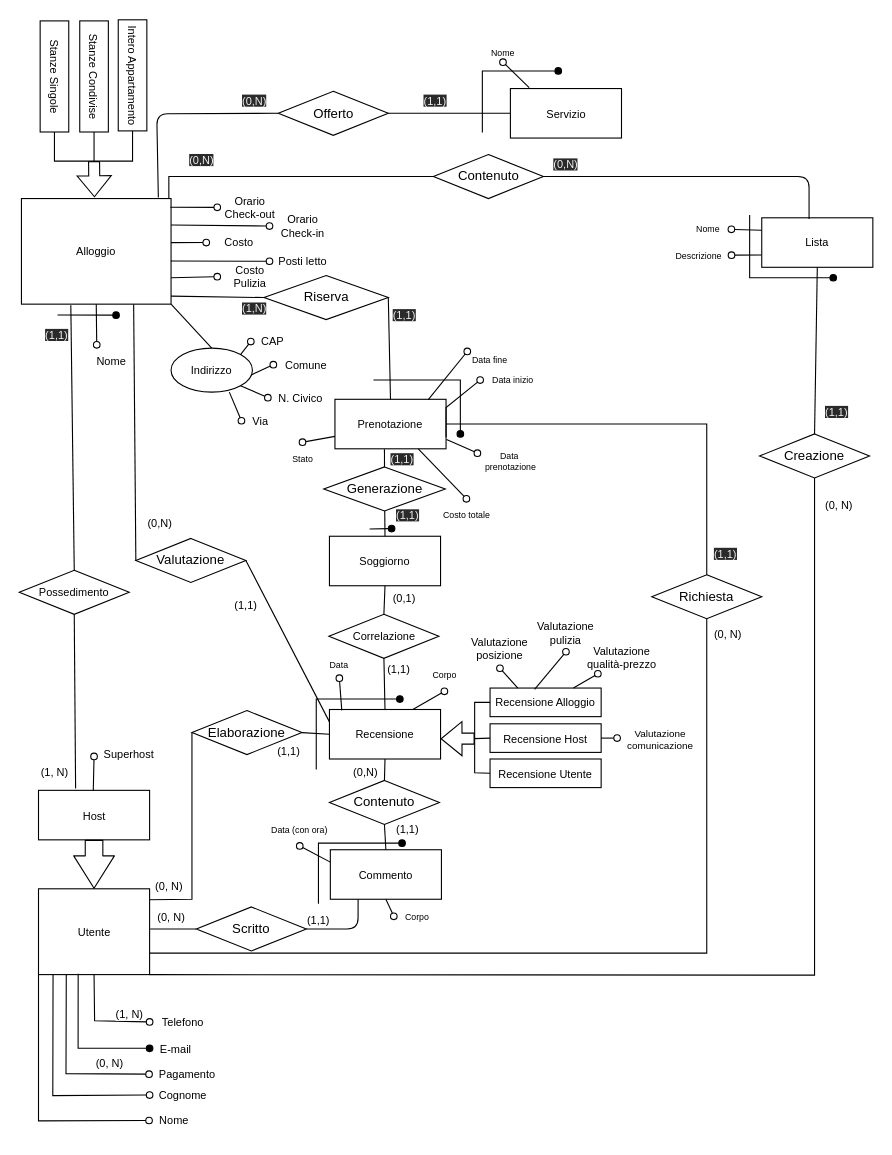
Above: page "Page-3" (3 of 16) of ER.drawio in eduardz1/Home-Booking (draw.io), before the change. Source tidied: cells renumbered, new cells numbered last; positions are measured from the earlier drawing's top-left corner, leaving out a move shared by most shapes. Both pictures are drawn from the tidied source at 110%, with x=0, y=0 at pixel (-2, 44).
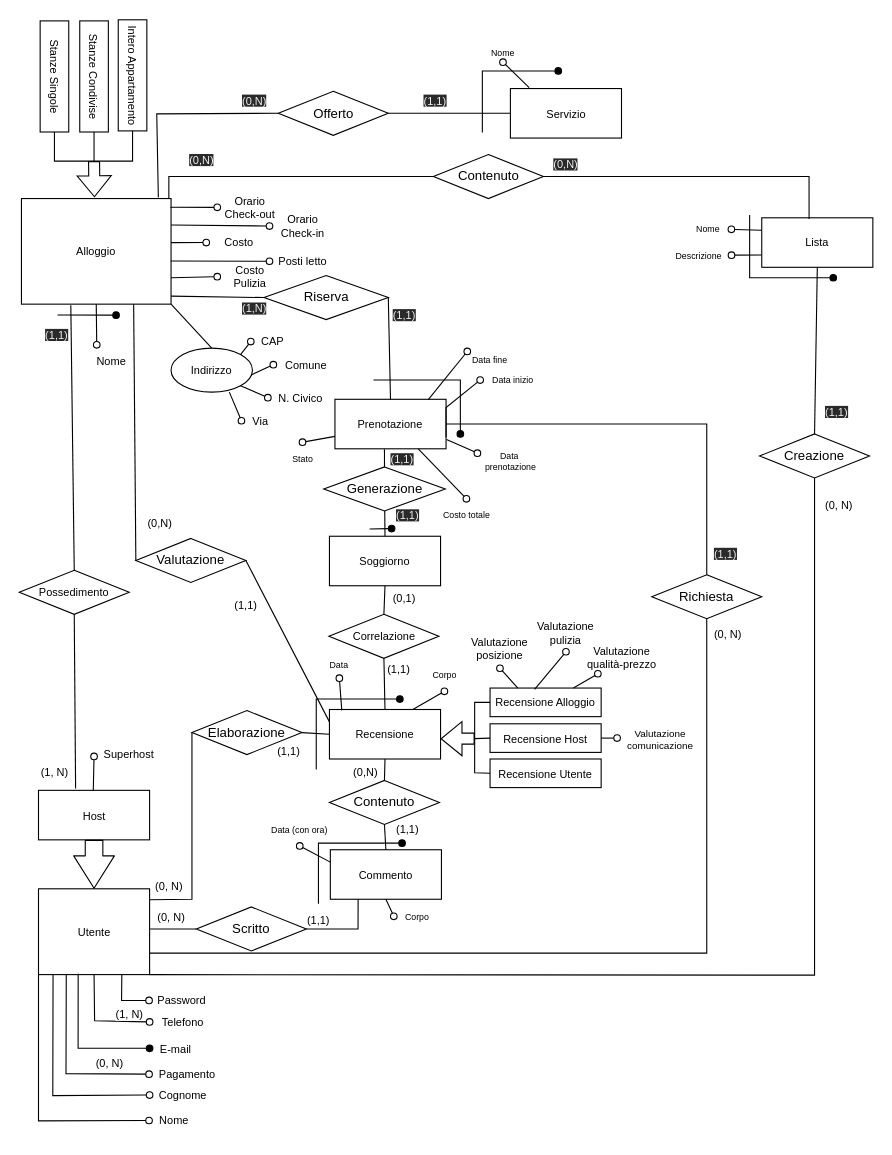
The same diagram, later.

The change refers to these unchanged cells:
```xml
<mxCell id="3" value="&lt;font style=&quot;font-size: 10px;&quot;&gt;Alloggio&lt;/font&gt;" style="rounded=0;whiteSpace=wrap;html=1;fontSize=10;" parent="1" vertex="1">
  <mxGeometry x="21" y="140" width="136" height="96" as="geometry" />
</mxCell>
<mxCell id="34" value="&lt;font style=&quot;font-size: 10px;&quot;&gt;Utente&lt;/font&gt;" style="rounded=0;whiteSpace=wrap;html=1;fontSize=10;" parent="1" vertex="1">
  <mxGeometry x="36.5" y="767.5" width="101" height="78" as="geometry" />
</mxCell>
<mxCell id="84" value="&lt;font style=&quot;font-size: 10px&quot;&gt;Commento&lt;/font&gt;" style="rounded=0;whiteSpace=wrap;html=1;fontSize=10;" parent="1" vertex="1">
  <mxGeometry x="301.8" y="732" width="101" height="45" as="geometry" />
</mxCell>
<mxCell id="89" value="Lista" style="rounded=0;whiteSpace=wrap;html=1;fontSize=10;" parent="1" vertex="1">
  <mxGeometry x="694" y="157.5" width="101" height="45" as="geometry" />
</mxCell>
<mxCell id="92" value="Contenuto" style="rhombus;whiteSpace=wrap;html=1;" parent="1" vertex="1">
  <mxGeometry x="395.5" y="100" width="100" height="40" as="geometry" />
</mxCell>
<mxCell id="97" value="Scritto" style="rhombus;whiteSpace=wrap;html=1;" parent="1" vertex="1">
  <mxGeometry x="180" y="784" width="100" height="40" as="geometry" />
</mxCell>
<mxCell id="145" value="Offerto" style="rhombus;whiteSpace=wrap;html=1;" parent="1" vertex="1">
  <mxGeometry x="254.5" y="42.5" width="100" height="40" as="geometry" />
</mxCell>
```

The edit, as a diff of the source:
```diff
@@
-    <mxCell id="96" style="endArrow=none;html=1;entryX=0.426;entryY=0.026;entryDx=0;entryDy=0;exitX=1;exitY=0.5;exitDx=0;exitDy=0;entryPerimeter=0;" parent="1" edge="1" source="92" target="89">
+    <mxCell id="96" style="endArrow=none;html=1;entryX=0.426;entryY=0.026;entryDx=0;entryDy=0;exitX=1;exitY=0.5;exitDx=0;exitDy=0;entryPerimeter=0;rounded=0;" parent="1" edge="1" source="92" target="89">
       <mxGeometry relative="1" as="geometry">
         <Array as="points">
           <mxPoint x="737" y="120" />
         </Array>
       </mxGeometry>
     </mxCell>
@@
-    <mxCell id="99" style="endArrow=none;html=1;exitX=1;exitY=0.5;exitDx=0;exitDy=0;entryX=0.25;entryY=1;entryDx=0;entryDy=0;" parent="1" edge="1" source="97" target="84">
+    <mxCell id="99" style="endArrow=none;html=1;exitX=1;exitY=0.5;exitDx=0;exitDy=0;entryX=0.25;entryY=1;entryDx=0;entryDy=0;rounded=0;" parent="1" edge="1" source="97" target="84">
       <mxGeometry relative="1" as="geometry">
         <Array as="points">
           <mxPoint x="327" y="804" />
         </Array>
       </mxGeometry>
     </mxCell>
@@
-    <mxCell id="144" style="endArrow=none;html=1;entryX=0;entryY=0.5;entryDx=0;entryDy=0;exitX=0.915;exitY=-0.009;exitDx=0;exitDy=0;exitPerimeter=0;" parent="1" edge="1" source="3" target="145">
+    <mxCell id="144" style="endArrow=none;html=1;entryX=0;entryY=0.5;entryDx=0;entryDy=0;exitX=0.915;exitY=-0.009;exitDx=0;exitDy=0;exitPerimeter=0;rounded=0;" parent="1" edge="1" source="3" target="145">
       <mxGeometry relative="1" as="geometry">
         <Array as="points">
           <mxPoint x="144" y="63" />
         </Array>
       </mxGeometry>
     </mxCell>
@@
+    <mxCell id="169" value="Password" style="text;html=1;strokeColor=none;fillColor=none;align=center;verticalAlign=middle;whiteSpace=wrap;rounded=0;labelBackgroundColor=none;labelBorderColor=none;fontSize=10;" parent="1" vertex="1">
+      <mxGeometry x="137" y="857" width="60" height="24" as="geometry" />
+    </mxCell>
+    <mxCell id="170" style="endArrow=none;html=1;rounded=0;align=center;verticalAlign=top;endFill=0;labelBackgroundColor=none;endSize=6;startArrow=oval;startFill=0;fontSize=10;entryX=0.75;entryY=1;entryDx=0;entryDy=0;exitX=0;exitY=0.5;exitDx=0;exitDy=0;" parent="1" edge="1" source="169" target="34">
+      <mxGeometry relative="1" as="geometry">
+        <Array as="points">
+          <mxPoint x="112" y="869" />
+        </Array>
+      </mxGeometry>
+    </mxCell>
```
